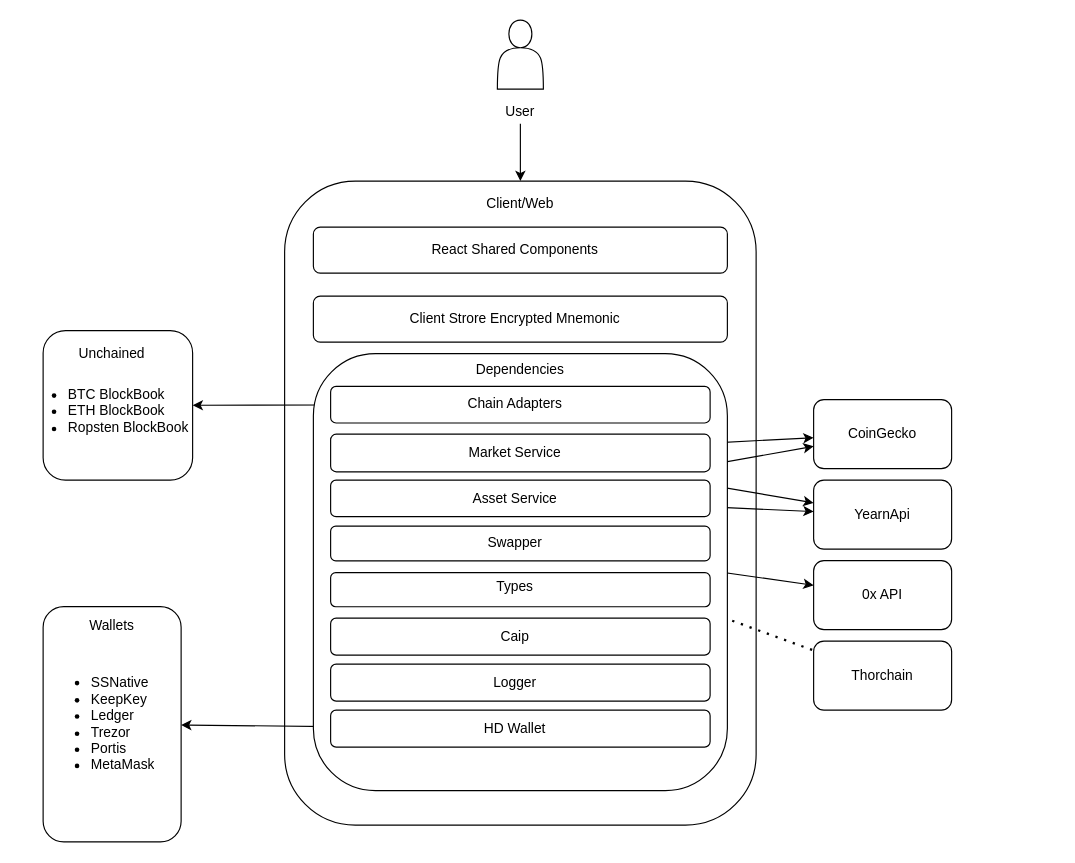
This is docs/drawio/architecture.drawio from shapeshift/web, a draw.io file, before an edit. Source tidied: cells renumbered, new cells numbered last; positions are measured from the earlier drawing's top-left corner, leaving out a move shared by most shapes. Both pictures are drawn from the tidied source at 115%, with x=0, y=0 at pixel (20, 20).
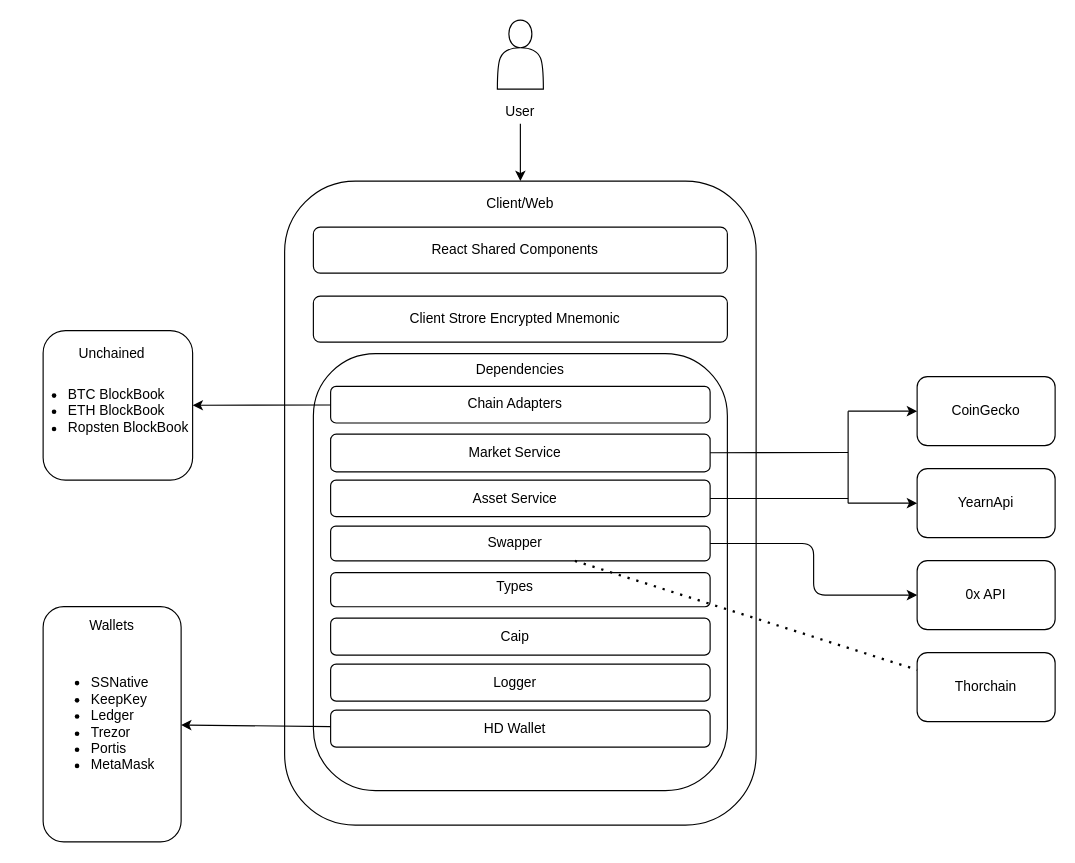
Above is the later version.

The change refers to these unchanged cells:
```xml
<mxCell id="16" style="rounded=1;whiteSpace=wrap;html=1;" parent="15" vertex="1">
  <mxGeometry width="120" height="60" as="geometry" />
</mxCell>
<mxCell id="19" style="rounded=1;whiteSpace=wrap;html=1;" parent="18" vertex="1">
  <mxGeometry width="120" height="60" as="geometry" />
</mxCell>
<mxCell id="22" style="rounded=1;whiteSpace=wrap;html=1;" parent="21" vertex="1">
  <mxGeometry width="120" height="204.6" as="geometry" />
</mxCell>
<mxCell id="28" style="rounded=1;whiteSpace=wrap;html=1;" parent="27" vertex="1">
  <mxGeometry x="20" width="130" height="130" as="geometry" />
</mxCell>
<mxCell id="32" style="rounded=1;whiteSpace=wrap;html=1;" parent="31" vertex="1">
  <mxGeometry width="120" height="60" as="geometry" />
</mxCell>
<mxCell id="38" style="rounded=1;whiteSpace=wrap;html=1;" parent="37" vertex="1">
  <mxGeometry width="120" height="60" as="geometry" />
</mxCell>
<mxCell id="46" style="rounded=1;whiteSpace=wrap;html=1;" parent="45" vertex="1">
  <mxGeometry width="330" height="32.8" as="geometry" />
</mxCell>
<mxCell id="52" style="rounded=1;whiteSpace=wrap;html=1;" parent="51" vertex="1">
  <mxGeometry width="330" height="32.2" as="geometry" />
</mxCell>
<mxCell id="61" style="rounded=1;whiteSpace=wrap;html=1;" parent="60" vertex="1">
  <mxGeometry width="330" height="30.2" as="geometry" />
</mxCell>
<mxCell id="64" style="rounded=1;whiteSpace=wrap;html=1;" parent="63" vertex="1">
  <mxGeometry width="330" height="31.8" as="geometry" />
</mxCell>
<mxCell id="67" style="rounded=1;whiteSpace=wrap;html=1;" parent="66" vertex="1">
  <mxGeometry width="330" height="31.8" as="geometry" />
</mxCell>
```

What changed in the source:
```diff
@@
-    <mxCell id="14" style="endArrow=classic;html=1;" parent="1" edge="1" source="46" target="16">
-      <mxGeometry relative="1" as="geometry" />
-    </mxCell>
     <mxCell id="15" style="group;" parent="1" vertex="1">
-      <mxGeometry x="690" y="330" width="120" height="60" as="geometry" />
+      <mxGeometry x="780" y="310" width="120" height="60" as="geometry" />
     </mxCell>
@@
     <mxCell id="18" style="group;" parent="1" vertex="1">
-      <mxGeometry x="690" y="400" width="120" height="60" as="geometry" />
+      <mxGeometry x="780" y="390" width="120" height="60" as="geometry" />
     </mxCell>
@@
-    <mxCell id="25" style="endArrow=classic;html=1;" parent="1" edge="1" source="61" target="32">
-      <mxGeometry relative="1" as="geometry" />
-    </mxCell>
-    <mxCell id="26" style="endArrow=classic;html=1;" parent="1" edge="1" source="67" target="28">
-      <mxGeometry relative="1" as="geometry" />
-    </mxCell>
@@
     <mxCell id="31" style="group;" parent="1" vertex="1">
-      <mxGeometry x="690" y="470" width="120" height="60" as="geometry" />
+      <mxGeometry x="780" y="470" width="120" height="60" as="geometry" />
     </mxCell>
@@
-    <mxCell id="34" style="endArrow=classic;html=1;" parent="1" edge="1" source="46" target="19">
-      <mxGeometry relative="1" as="geometry" />
-    </mxCell>
-    <mxCell id="35" style="endArrow=classic;html=1;" parent="1" edge="1" source="64" target="16">
-      <mxGeometry relative="1" as="geometry" />
-    </mxCell>
-    <mxCell id="36" style="endArrow=classic;html=1;" parent="1" edge="1" source="64" target="19">
-      <mxGeometry relative="1" as="geometry" />
-    </mxCell>
     <mxCell id="37" style="group;" parent="1" vertex="1">
-      <mxGeometry x="690" y="540" width="120" height="60" as="geometry" />
+      <mxGeometry x="780" y="550" width="120" height="60" as="geometry" />
     </mxCell>
@@
-    <mxCell id="40" style="endArrow=none;dashed=1;html=1;dashPattern=1 3;strokeWidth=2;" parent="1" edge="1" source="61" target="38">
-      <mxGeometry relative="1" as="geometry" />
-    </mxCell>
-    <mxCell id="41" style="endArrow=classic;html=1;" parent="1" edge="1" source="52" target="22">
-      <mxGeometry relative="1" as="geometry" />
-    </mxCell>
@@
+    <mxCell id="69" style="endArrow=none;html=1;" parent="1" edge="1" source="46">
+      <mxGeometry relative="1" as="geometry">
+        <mxPoint x="720" y="376" as="targetPoint" />
+      </mxGeometry>
+    </mxCell>
+    <mxCell id="70" style="endArrow=none;html=1;" parent="1" edge="1" source="64">
+      <mxGeometry relative="1" as="geometry">
+        <mxPoint x="720" y="416" as="targetPoint" />
+      </mxGeometry>
+    </mxCell>
+    <mxCell id="71" style="endArrow=none;html=1;" parent="1" edge="1">
+      <mxGeometry relative="1" as="geometry">
+        <mxPoint x="720" y="420" as="sourcePoint" />
+        <mxPoint x="720" y="340" as="targetPoint" />
+      </mxGeometry>
+    </mxCell>
+    <mxCell id="72" style="endArrow=classic;html=1;" parent="1" edge="1" target="16">
+      <mxGeometry relative="1" as="geometry">
+        <mxPoint x="720" y="340" as="sourcePoint" />
+      </mxGeometry>
+    </mxCell>
+    <mxCell id="73" style="endArrow=classic;html=1;" parent="1" edge="1" target="19">
+      <mxGeometry relative="1" as="geometry">
+        <mxPoint x="720" y="420" as="sourcePoint" />
+      </mxGeometry>
+    </mxCell>
+    <mxCell id="25" style="edgeStyle=elbowEdgeStyle;elbow=horizontal;endArrow=classic;html=1;" parent="1" edge="1" source="61" target="32">
+      <mxGeometry relative="1" as="geometry" />
+    </mxCell>
+    <mxCell id="40" style="endArrow=none;dashed=1;html=1;dashPattern=1 3;strokeWidth=2;entryX=0;entryY=0.25;entryDx=0;entryDy=0;" parent="1" edge="1" source="61" target="38">
+      <mxGeometry relative="1" as="geometry" />
+    </mxCell>
+    <mxCell id="26" style="endArrow=classic;html=1;" parent="1" edge="1" source="67" target="28">
+      <mxGeometry relative="1" as="geometry" />
+    </mxCell>
+    <mxCell id="41" style="endArrow=classic;html=1;" parent="1" edge="1" source="52" target="22">
+      <mxGeometry relative="1" as="geometry" />
+    </mxCell>
```
